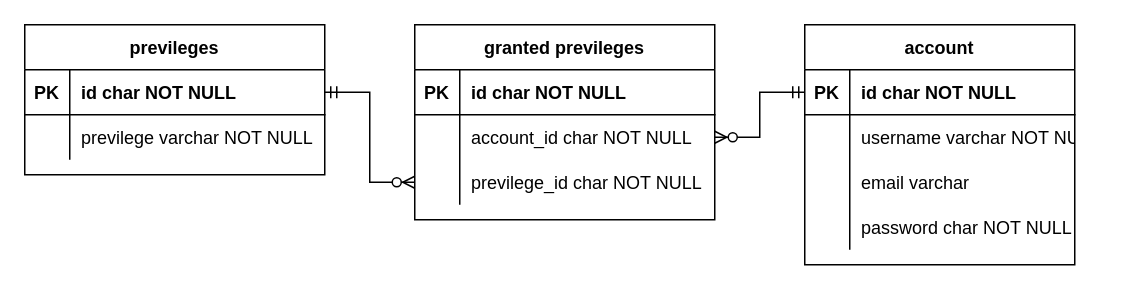
Earlier version of the draw.io diagram carwash.drawio (amar-ti2021/carwash). Source tidied: cells renumbered, new cells numbered last; positions are measured from the earlier drawing's top-left corner, leaving out a move shared by most shapes. Both pictures are drawn from the tidied source at 150%, with x=0, y=0 at pixel (24, 24).
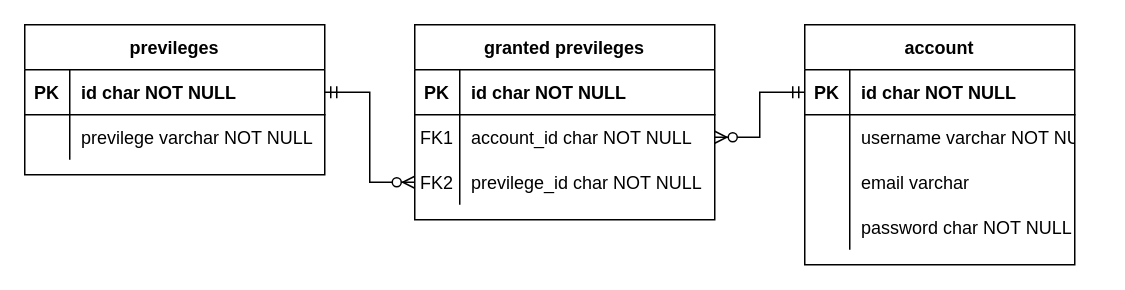
After the change.

Unchanged cells that the change refers to:
```xml
<mxCell id="13" style="shape=tableRow;horizontal=0;startSize=0;swimlaneHead=0;swimlaneBody=0;fillColor=none;points=[[0,0.5],[1,0.5]];portConstraint=eastwest;top=0;left=0;right=0;bottom=0;" parent="9" vertex="1">
  <mxGeometry y="60" width="200" height="30" as="geometry" />
</mxCell>
<mxCell id="16" style="shape=tableRow;horizontal=0;startSize=0;swimlaneHead=0;swimlaneBody=0;fillColor=none;points=[[0,0.5],[1,0.5]];portConstraint=eastwest;top=0;left=0;right=0;bottom=0;" parent="9" vertex="1">
  <mxGeometry y="90" width="200" height="30" as="geometry" />
</mxCell>
```

Diff of the diagram source:
```diff
@@
-    <mxCell id="14" style="shape=partialRectangle;fillColor=none;top=0;left=0;bottom=0;right=0;overflow=hidden;" parent="13" vertex="1">
+    <mxCell id="14" value="FK1" style="shape=partialRectangle;fillColor=none;top=0;left=0;bottom=0;right=0;overflow=hidden;" parent="13" vertex="1">
       <mxGeometry width="30" height="30" as="geometry" />
     </mxCell>
@@
-    <mxCell id="17" style="shape=partialRectangle;fillColor=none;top=0;left=0;bottom=0;right=0;overflow=hidden;" parent="16" vertex="1">
+    <mxCell id="17" value="FK2" style="shape=partialRectangle;fillColor=none;top=0;left=0;bottom=0;right=0;overflow=hidden;" parent="16" vertex="1">
       <mxGeometry width="30" height="30" as="geometry" />
     </mxCell>
```
